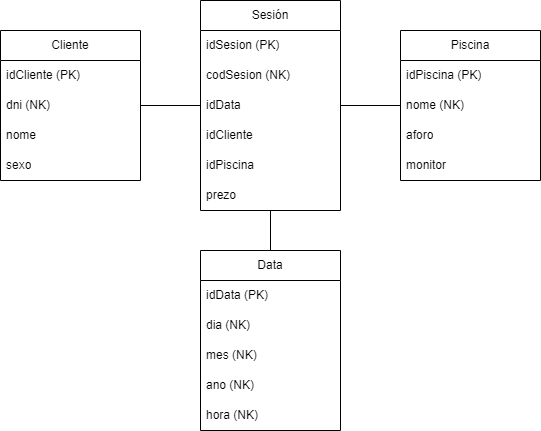
Earlier version of the draw.io export BasesDatos/datamart.png (ikergcalvino/ETL). Source tidied: cells renumbered, new cells last; positions are measured from the earlier drawing's top-left corner, leaving out a move shared by most shapes.
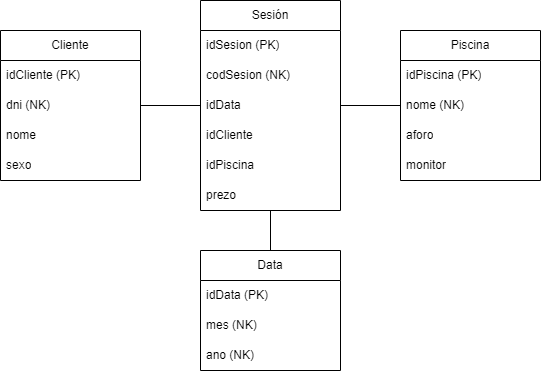
After the commit.

Change to the diagram source:
```diff
@@ -54,23 +54,17 @@
       <mxGeometry y="120" width="140" height="30" as="geometry" />
     </mxCell>
     <mxCell id="19" value="Data" style="swimlane;fontStyle=0;horizontal=1;startSize=30;whiteSpace=wrap;html=1;" parent="1" vertex="1">
-      <mxGeometry x="200" y="250" width="140" height="180" as="geometry" />
+      <mxGeometry x="200" y="250" width="140" height="120" as="geometry" />
     </mxCell>
     <mxCell id="20" value="idData&amp;nbsp;(PK)" style="text;strokeColor=none;fillColor=none;align=left;verticalAlign=middle;spacingLeft=4;spacingRight=4;overflow=hidden;whiteSpace=wrap;html=1;" parent="19" vertex="1">
       <mxGeometry y="30" width="140" height="30" as="geometry" />
     </mxCell>
-    <mxCell id="21" value="dia (NK)" style="text;strokeColor=none;fillColor=none;align=left;verticalAlign=middle;spacingLeft=4;spacingRight=4;overflow=hidden;whiteSpace=wrap;html=1;" parent="19" vertex="1">
-      <mxGeometry y="60" width="140" height="30" as="geometry" />
-    </mxCell>
     <mxCell id="22" value="mes&amp;nbsp;(NK)" style="text;strokeColor=none;fillColor=none;align=left;verticalAlign=middle;spacingLeft=4;spacingRight=4;overflow=hidden;whiteSpace=wrap;html=1;" parent="19" vertex="1">
-      <mxGeometry y="90" width="140" height="30" as="geometry" />
+      <mxGeometry y="60" width="140" height="30" as="geometry" />
     </mxCell>
     <mxCell id="23" value="ano&amp;nbsp;(NK)" style="text;strokeColor=none;fillColor=none;align=left;verticalAlign=middle;spacingLeft=4;spacingRight=4;overflow=hidden;whiteSpace=wrap;html=1;" parent="19" vertex="1">
-      <mxGeometry y="120" width="140" height="30" as="geometry" />
+      <mxGeometry y="90" width="140" height="30" as="geometry" />
     </mxCell>
-    <mxCell id="24" value="hora&amp;nbsp;(NK)" style="text;strokeColor=none;fillColor=none;align=left;verticalAlign=middle;spacingLeft=4;spacingRight=4;overflow=hidden;whiteSpace=wrap;html=1;" parent="19" vertex="1">
-      <mxGeometry y="150" width="140" height="30" as="geometry" />
-    </mxCell>
     <mxCell id="25" style="endArrow=none;html=1;rounded=0;" parent="1" edge="1" source="9" target="2">
       <mxGeometry relative="1" as="geometry" />
     </mxCell>
```
